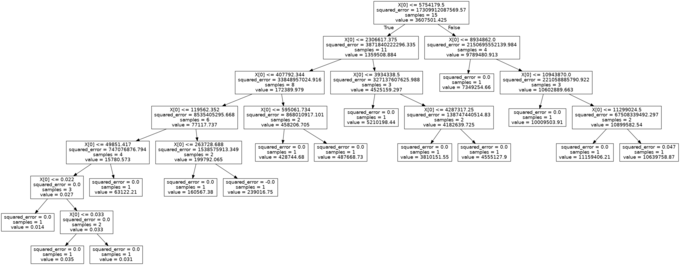
Above: dot_tree.png in Dimitrios-Mourtzilas/Business-Strategy (Graphviz), before the change. Its source is kept beside it as dot_tree.dot.
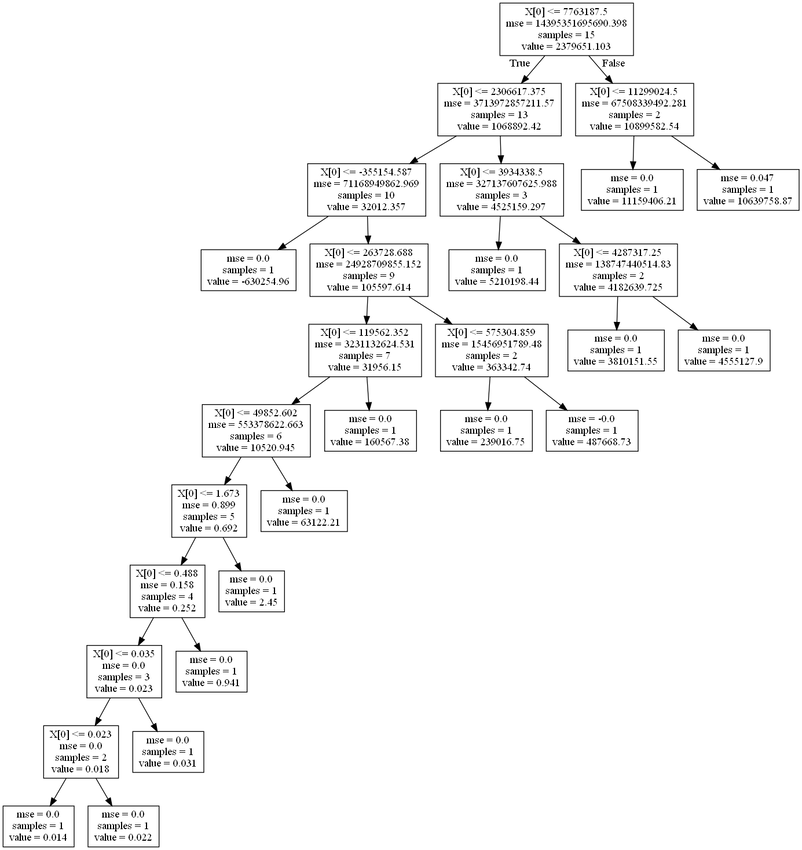
After the commit.

What changed in the source:
```diff
@@ -1,61 +1,60 @@
 digraph Tree {
-node [shape=box, fontname="helvetica"] ;
-edge [fontname="helvetica"] ;
-0 [label="X[0] <= 5754179.5\nsquared_error = 17309912087569.57\nsamples = 15\nvalue = 3607501.425"] ;
-1 [label="X[0] <= 2306617.375\nsquared_error = 3871840222296.335\nsamples = 11\nvalue = 1359508.884"] ;
+node [shape=box] ;
+0 [label="X[0] <= 7763187.5\nmse = 14395351695690.398\nsamples = 15\nvalue = 2379651.103"] ;
+1 [label="X[0] <= 2306617.375\nmse = 3713972857211.57\nsamples = 13\nvalue = 1068892.42"] ;
 0 -> 1 [labeldistance=2.5, labelangle=45, headlabel="True"] ;
-2 [label="X[0] <= 407792.344\nsquared_error = 33848957024.916\nsamples = 8\nvalue = 172389.979"] ;
+2 [label="X[0] <= -355154.587\nmse = 71168949862.969\nsamples = 10\nvalue = 32012.357"] ;
 1 -> 2 ;
-3 [label="X[0] <= 119562.352\nsquared_error = 8535405295.668\nsamples = 6\nvalue = 77117.737"] ;
+3 [label="mse = 0.0\nsamples = 1\nvalue = -630254.96"] ;
 2 -> 3 ;
-4 [label="X[0] <= 49851.417\nsquared_error = 747076876.794\nsamples = 4\nvalue = 15780.573"] ;
-3 -> 4 ;
-5 [label="X[0] <= 0.022\nsquared_error = 0.0\nsamples = 3\nvalue = 0.027"] ;
+4 [label="X[0] <= 263728.688\nmse = 24928709855.152\nsamples = 9\nvalue = 105597.614"] ;
+2 -> 4 ;
+5 [label="X[0] <= 119562.352\nmse = 3231132624.531\nsamples = 7\nvalue = 31956.15"] ;
 4 -> 5 ;
-6 [label="squared_error = 0.0\nsamples = 1\nvalue = 0.014"] ;
+6 [label="X[0] <= 49852.602\nmse = 553378622.663\nsamples = 6\nvalue = 10520.945"] ;
 5 -> 6 ;
-7 [label="X[0] <= 0.033\nsquared_error = 0.0\nsamples = 2\nvalue = 0.033"] ;
-5 -> 7 ;
-8 [label="squared_error = 0.0\nsamples = 1\nvalue = 0.035"] ;
+7 [label="X[0] <= 1.673\nmse = 0.899\nsamples = 5\nvalue = 0.692"] ;
+6 -> 7 ;
+8 [label="X[0] <= 0.488\nmse = 0.158\nsamples = 4\nvalue = 0.252"] ;
 7 -> 8 ;
-9 [label="squared_error = 0.0\nsamples = 1\nvalue = 0.031"] ;
-7 -> 9 ;
-10 [label="squared_error = 0.0\nsamples = 1\nvalue = 63122.21"] ;
-4 -> 10 ;
-11 [label="X[0] <= 263728.688\nsquared_error = 1538575913.349\nsamples = 2\nvalue = 199792.065"] ;
-3 -> 11 ;
-12 [label="squared_error = 0.0\nsamples = 1\nvalue = 160567.38"] ;
-11 -> 12 ;
-13 [label="squared_error = -0.0\nsamples = 1\nvalue = 239016.75"] ;
-11 -> 13 ;
-14 [label="X[0] <= 595061.734\nsquared_error = 868010917.101\nsamples = 2\nvalue = 458206.705"] ;
-2 -> 14 ;
-15 [label="squared_error = 0.0\nsamples = 1\nvalue = 428744.68"] ;
-14 -> 15 ;
-16 [label="squared_error = 0.0\nsamples = 1\nvalue = 487668.73"] ;
-14 -> 16 ;
-17 [label="X[0] <= 3934338.5\nsquared_error = 327137607625.988\nsamples = 3\nvalue = 4525159.297"] ;
-1 -> 17 ;
-18 [label="squared_error = 0.0\nsamples = 1\nvalue = 5210198.44"] ;
-17 -> 18 ;
-19 [label="X[0] <= 4287317.25\nsquared_error = 138747440514.83\nsamples = 2\nvalue = 4182639.725"] ;
-17 -> 19 ;
-20 [label="squared_error = 0.0\nsamples = 1\nvalue = 3810151.55"] ;
-19 -> 20 ;
-21 [label="squared_error = 0.0\nsamples = 1\nvalue = 4555127.9"] ;
-19 -> 21 ;
-22 [label="X[0] <= 8934862.0\nsquared_error = 2150695552139.984\nsamples = 4\nvalue = 9789480.913"] ;
-0 -> 22 [labeldistance=2.5, labelangle=-45, headlabel="False"] ;
-23 [label="squared_error = 0.0\nsamples = 1\nvalue = 7349254.66"] ;
-22 -> 23 ;
-24 [label="X[0] <= 10943870.0\nsquared_error = 221058885790.922\nsamples = 3\nvalue = 10602889.663"] ;
-22 -> 24 ;
-25 [label="squared_error = 0.0\nsamples = 1\nvalue = 10009503.91"] ;
-24 -> 25 ;
-26 [label="X[0] <= 11299024.5\nsquared_error = 67508339492.297\nsamples = 2\nvalue = 10899582.54"] ;
-24 -> 26 ;
-27 [label="squared_error = 0.0\nsamples = 1\nvalue = 11159406.21"] ;
+9 [label="X[0] <= 0.035\nmse = 0.0\nsamples = 3\nvalue = 0.023"] ;
+8 -> 9 ;
+10 [label="X[0] <= 0.023\nmse = 0.0\nsamples = 2\nvalue = 0.018"] ;
+9 -> 10 ;
+11 [label="mse = 0.0\nsamples = 1\nvalue = 0.014"] ;
+10 -> 11 ;
+12 [label="mse = 0.0\nsamples = 1\nvalue = 0.022"] ;
+10 -> 12 ;
+13 [label="mse = 0.0\nsamples = 1\nvalue = 0.031"] ;
+9 -> 13 ;
+14 [label="mse = 0.0\nsamples = 1\nvalue = 0.941"] ;
+8 -> 14 ;
+15 [label="mse = 0.0\nsamples = 1\nvalue = 2.45"] ;
+7 -> 15 ;
+16 [label="mse = 0.0\nsamples = 1\nvalue = 63122.21"] ;
+6 -> 16 ;
+17 [label="mse = 0.0\nsamples = 1\nvalue = 160567.38"] ;
+5 -> 17 ;
+18 [label="X[0] <= 575304.859\nmse = 15456951789.48\nsamples = 2\nvalue = 363342.74"] ;
+4 -> 18 ;
+19 [label="mse = 0.0\nsamples = 1\nvalue = 239016.75"] ;
+18 -> 19 ;
+20 [label="mse = -0.0\nsamples = 1\nvalue = 487668.73"] ;
+18 -> 20 ;
+21 [label="X[0] <= 3934338.5\nmse = 327137607625.988\nsamples = 3\nvalue = 4525159.297"] ;
+1 -> 21 ;
+22 [label="mse = 0.0\nsamples = 1\nvalue = 5210198.44"] ;
+21 -> 22 ;
+23 [label="X[0] <= 4287317.25\nmse = 138747440514.83\nsamples = 2\nvalue = 4182639.725"] ;
+21 -> 23 ;
+24 [label="mse = 0.0\nsamples = 1\nvalue = 3810151.55"] ;
+23 -> 24 ;
+25 [label="mse = 0.0\nsamples = 1\nvalue = 4555127.9"] ;
+23 -> 25 ;
+26 [label="X[0] <= 11299024.5\nmse = 67508339492.281\nsamples = 2\nvalue = 10899582.54"] ;
+0 -> 26 [labeldistance=2.5, labelangle=-45, headlabel="False"] ;
+27 [label="mse = 0.0\nsamples = 1\nvalue = 11159406.21"] ;
 26 -> 27 ;
-28 [label="squared_error = 0.047\nsamples = 1\nvalue = 10639758.87"] ;
+28 [label="mse = 0.047\nsamples = 1\nvalue = 10639758.87"] ;
 26 -> 28 ;
 }
```
